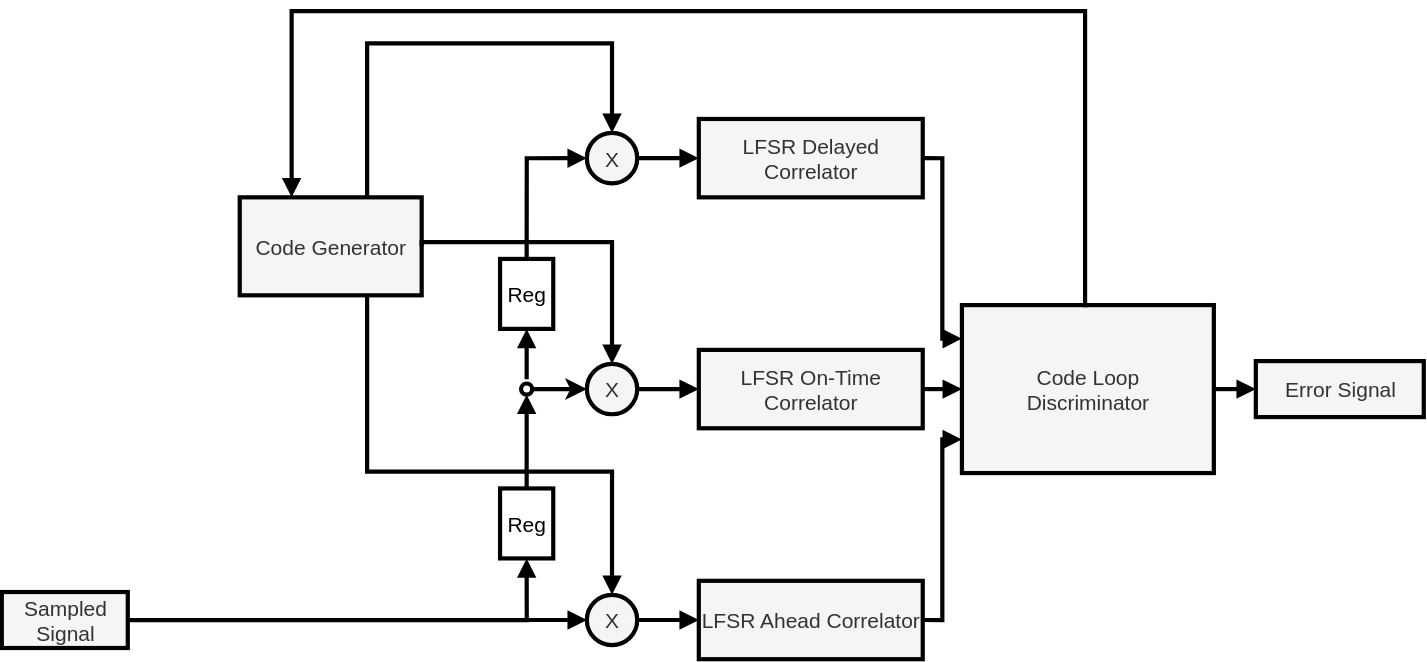
The draw.io diagram documentation/drawio/DLL.svg in fredowski/spreads, before a commit. Source tidied: cells renumbered, new cells last; positions are measured from the earlier drawing's top-left corner, leaving out a move shared by most shapes.
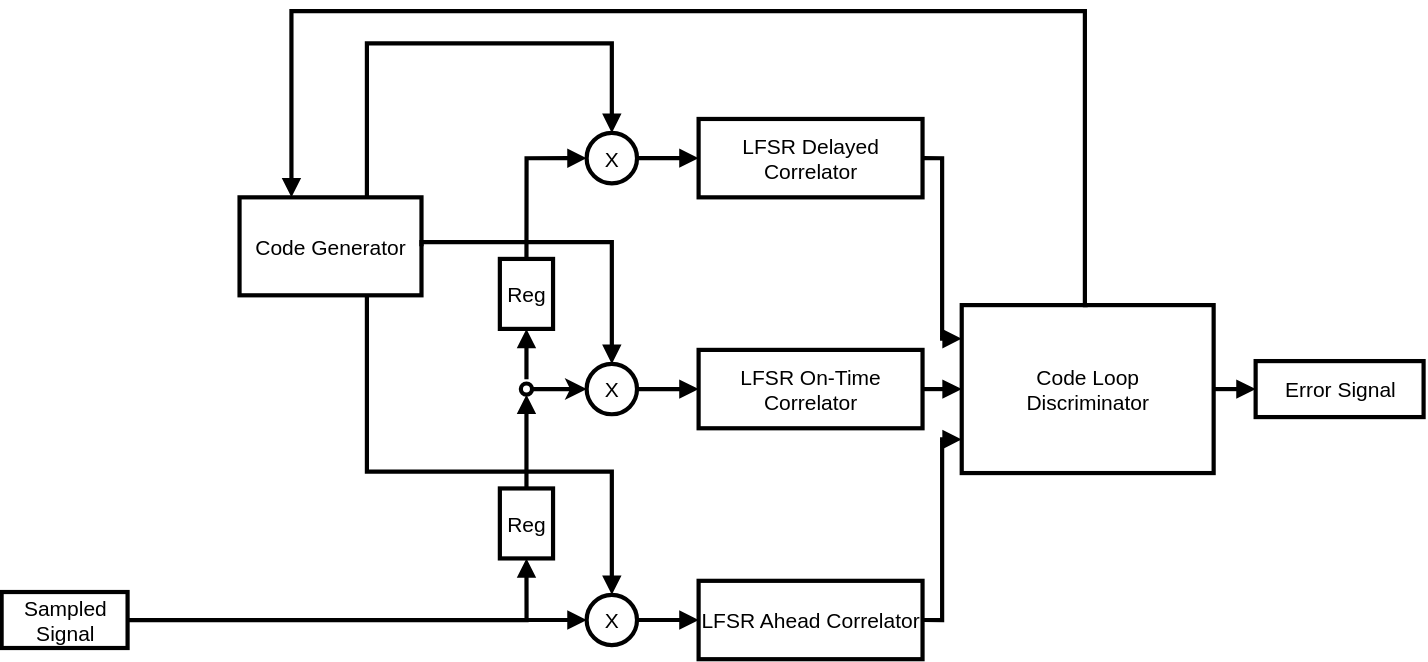
The same diagram one commit later.

Commit message:
Update DLL svg with correct colors

Diff of the diagram source:
```diff
@@ -2,91 +2,91 @@
   <root>
     <mxCell id="0" />
     <mxCell id="1" parent="0" />
-    <mxCell id="2" value="Sampled&#10;Signal" style="text;html=1;fontSize=15;align=center;verticalAlign=middle;fontColor=#333333;fillColor=#f5f5f5;strokeColor=light-dark(#000000,#000000);strokeWidth=3;" parent="1" vertex="1">
+    <mxCell id="2" value="Sampled&#10;Signal" style="text;html=1;fontSize=15;align=center;verticalAlign=middle;strokeWidth=3;fillColor=none;strokeColor=default;" parent="1" vertex="1">
       <mxGeometry y="415" width="90" height="40" as="geometry" />
     </mxCell>
-    <mxCell id="3" style="edgeStyle=orthogonalEdgeStyle;rounded=0;html=1;endArrow=block;endFill=1;strokeColor=light-dark(#000000,#000000);fillColor=#f5f5f5;strokeWidth=3;fontSize=15;entryX=0.5;entryY=1;entryDx=0;entryDy=0;" parent="1" edge="1" source="2" target="27">
+    <mxCell id="3" style="edgeStyle=orthogonalEdgeStyle;rounded=0;html=1;endArrow=block;endFill=1;strokeWidth=3;fontSize=15;entryX=0.5;entryY=1;entryDx=0;entryDy=0;" parent="1" edge="1" source="2" target="27">
       <mxGeometry relative="1" as="geometry" />
     </mxCell>
-    <mxCell id="4" style="edgeStyle=orthogonalEdgeStyle;rounded=0;jettySize=auto;html=1;entryX=0;entryY=0.5;entryDx=0;entryDy=0;strokeWidth=3;fontSize=15;strokeColor=light-dark(#000000,#000000);" parent="1" edge="1" source="5" target="8">
+    <mxCell id="4" style="edgeStyle=orthogonalEdgeStyle;rounded=0;jettySize=auto;html=1;entryX=0;entryY=0.5;entryDx=0;entryDy=0;strokeWidth=3;fontSize=15;" parent="1" edge="1" source="5" target="8">
       <mxGeometry relative="1" as="geometry" />
     </mxCell>
-    <mxCell id="5" style="ellipse;whiteSpace=wrap;html=1;fillColor=light-dark(#FFFFFF,#030303);strokeColor=light-dark(#000000,#000000);fontColor=#333333;fillStyle=auto;strokeWidth=3;fontSize=15;" parent="1" vertex="1">
+    <mxCell id="5" style="ellipse;whiteSpace=wrap;html=1;fillStyle=auto;strokeWidth=3;fontSize=15;" parent="1" vertex="1">
       <mxGeometry x="371" y="266" width="8" height="8" as="geometry" />
     </mxCell>
-    <mxCell id="6" value="Code Generator" style="rounded=0;whiteSpace=wrap;html=1;fillColor=#f5f5f5;strokeColor=light-dark(#000000,#000000);fontColor=#333333;fontSize=15;strokeWidth=3;" parent="1" vertex="1">
+    <mxCell id="6" value="Code Generator" style="rounded=0;whiteSpace=wrap;html=1;fontSize=15;strokeWidth=3;" parent="1" vertex="1">
       <mxGeometry x="170" y="133" width="130" height="70" as="geometry" />
     </mxCell>
-    <mxCell id="7" value="X" style="ellipse;whiteSpace=wrap;html=1;fillColor=#f5f5f5;strokeColor=light-dark(#000000,#000000);fontColor=#333333;fontSize=15;strokeWidth=3;" parent="1" vertex="1">
+    <mxCell id="7" value="X" style="ellipse;whiteSpace=wrap;html=1;fontSize=15;strokeWidth=3;" parent="1" vertex="1">
       <mxGeometry x="418" y="87" width="36" height="36" as="geometry" />
     </mxCell>
-    <mxCell id="8" value="X" style="ellipse;whiteSpace=wrap;html=1;fillColor=#f5f5f5;strokeColor=light-dark(#000000,#000000);fontColor=#333333;fontSize=15;strokeWidth=3;" parent="1" vertex="1">
+    <mxCell id="8" value="X" style="ellipse;whiteSpace=wrap;html=1;fontSize=15;strokeWidth=3;" parent="1" vertex="1">
       <mxGeometry x="418" y="252" width="36" height="36" as="geometry" />
     </mxCell>
-    <mxCell id="9" value="X" style="ellipse;whiteSpace=wrap;html=1;fillColor=#f5f5f5;strokeColor=light-dark(#000000,#000000);fontColor=#333333;fontSize=15;strokeWidth=3;" parent="1" vertex="1">
+    <mxCell id="9" value="X" style="ellipse;whiteSpace=wrap;html=1;fontSize=15;strokeWidth=3;" parent="1" vertex="1">
       <mxGeometry x="418" y="417" width="36" height="36" as="geometry" />
     </mxCell>
-    <mxCell id="10" style="edgeStyle=elbowEdgeStyle;rounded=0;html=1;endArrow=block;endFill=1;strokeColor=light-dark(#000000,#000000);exitX=0.7;exitY=0;exitDx=0;exitDy=0;entryX=0.5;entryY=0;entryDx=0;entryDy=0;fillColor=#f5f5f5;elbow=vertical;strokeWidth=3;fontSize=15;" parent="1" edge="1" source="6" target="7">
+    <mxCell id="10" style="edgeStyle=elbowEdgeStyle;rounded=0;html=1;endArrow=block;endFill=1;exitX=0.7;exitY=0;exitDx=0;exitDy=0;entryX=0.5;entryY=0;entryDx=0;entryDy=0;elbow=vertical;strokeWidth=3;fontSize=15;" parent="1" edge="1" source="6" target="7">
       <mxGeometry relative="1" as="geometry">
         <Array as="points">
           <mxPoint x="328" y="23" />
         </Array>
       </mxGeometry>
     </mxCell>
-    <mxCell id="11" style="edgeStyle=elbowEdgeStyle;rounded=0;html=1;endArrow=block;endFill=1;strokeColor=light-dark(#000000,#000000);exitX=1;exitY=0.5;exitDx=0;exitDy=0;entryX=0.5;entryY=0;entryDx=0;entryDy=0;fillColor=#f5f5f5;elbow=vertical;strokeWidth=3;fontSize=15;" parent="1" edge="1" source="6" target="8">
+    <mxCell id="11" style="edgeStyle=elbowEdgeStyle;rounded=0;html=1;endArrow=block;endFill=1;exitX=1;exitY=0.5;exitDx=0;exitDy=0;entryX=0.5;entryY=0;entryDx=0;entryDy=0;elbow=vertical;strokeWidth=3;fontSize=15;" parent="1" edge="1" source="6" target="8">
       <mxGeometry relative="1" as="geometry">
         <Array as="points">
           <mxPoint x="338" y="165" />
         </Array>
       </mxGeometry>
     </mxCell>
-    <mxCell id="12" style="edgeStyle=elbowEdgeStyle;rounded=0;html=1;endArrow=block;endFill=1;strokeColor=light-dark(#000000,#000000);exitX=0.7;exitY=1;exitDx=0;exitDy=0;entryX=0.5;entryY=0;entryDx=0;entryDy=0;fillColor=#f5f5f5;elbow=vertical;strokeWidth=3;fontSize=15;" parent="1" edge="1" source="6" target="9">
+    <mxCell id="12" style="edgeStyle=elbowEdgeStyle;rounded=0;html=1;endArrow=block;endFill=1;exitX=0.7;exitY=1;exitDx=0;exitDy=0;entryX=0.5;entryY=0;entryDx=0;entryDy=0;elbow=vertical;strokeWidth=3;fontSize=15;" parent="1" edge="1" source="6" target="9">
       <mxGeometry relative="1" as="geometry">
         <Array as="points">
           <mxPoint x="320" y="329" />
         </Array>
       </mxGeometry>
     </mxCell>
-    <mxCell id="13" style="edgeStyle=orthogonalEdgeStyle;rounded=0;html=1;endArrow=block;endFill=1;strokeColor=light-dark(#000000,#000000);entryX=0;entryY=0.5;entryDx=0;entryDy=0;fillColor=#f5f5f5;strokeWidth=3;fontSize=15;exitX=1;exitY=0.5;exitDx=0;exitDy=0;" parent="1" edge="1" source="2" target="9">
+    <mxCell id="13" style="edgeStyle=orthogonalEdgeStyle;rounded=0;html=1;endArrow=block;endFill=1;entryX=0;entryY=0.5;entryDx=0;entryDy=0;strokeWidth=3;fontSize=15;exitX=1;exitY=0.5;exitDx=0;exitDy=0;" parent="1" edge="1" source="2" target="9">
       <mxGeometry relative="1" as="geometry" />
     </mxCell>
-    <mxCell id="14" value="LFSR Delayed Correlator" style="rounded=0;whiteSpace=wrap;html=1;fillColor=#f5f5f5;strokeColor=light-dark(#000000,#000000);fontColor=#333333;fontSize=15;strokeWidth=3;" parent="1" vertex="1">
+    <mxCell id="14" value="LFSR Delayed Correlator" style="rounded=0;whiteSpace=wrap;html=1;fontSize=15;strokeWidth=3;" parent="1" vertex="1">
       <mxGeometry x="498" y="77" width="160" height="56" as="geometry" />
     </mxCell>
-    <mxCell id="15" value="LFSR On-Time Correlator" style="rounded=0;whiteSpace=wrap;html=1;fillColor=#f5f5f5;strokeColor=light-dark(#000000,#000000);fontColor=#333333;fontSize=15;strokeWidth=3;" parent="1" vertex="1">
+    <mxCell id="15" value="LFSR On-Time Correlator" style="rounded=0;whiteSpace=wrap;html=1;fontSize=15;strokeWidth=3;" parent="1" vertex="1">
       <mxGeometry x="498" y="242" width="160" height="56" as="geometry" />
     </mxCell>
-    <mxCell id="16" value="LFSR Ahead Correlator" style="rounded=0;whiteSpace=wrap;html=1;fillColor=#f5f5f5;strokeColor=light-dark(#000000,#000000);fontColor=#333333;fontSize=15;strokeWidth=3;" parent="1" vertex="1">
+    <mxCell id="16" value="LFSR Ahead Correlator" style="rounded=0;whiteSpace=wrap;html=1;fontSize=15;strokeWidth=3;" parent="1" vertex="1">
       <mxGeometry x="498" y="407" width="160" height="56" as="geometry" />
     </mxCell>
-    <mxCell id="17" style="edgeStyle=orthogonalEdgeStyle;rounded=0;html=1;endArrow=block;endFill=1;strokeColor=light-dark(#000000,#000000);fillColor=#f5f5f5;strokeWidth=3;fontSize=15;" parent="1" edge="1" source="7" target="14">
+    <mxCell id="17" style="edgeStyle=orthogonalEdgeStyle;rounded=0;html=1;endArrow=block;endFill=1;strokeWidth=3;fontSize=15;" parent="1" edge="1" source="7" target="14">
       <mxGeometry relative="1" as="geometry" />
     </mxCell>
-    <mxCell id="18" style="edgeStyle=orthogonalEdgeStyle;rounded=0;html=1;endArrow=block;endFill=1;strokeColor=light-dark(#000000,#000000);fillColor=#f5f5f5;strokeWidth=3;fontSize=15;" parent="1" edge="1" source="8" target="15">
+    <mxCell id="18" style="edgeStyle=orthogonalEdgeStyle;rounded=0;html=1;endArrow=block;endFill=1;strokeWidth=3;fontSize=15;" parent="1" edge="1" source="8" target="15">
       <mxGeometry relative="1" as="geometry" />
     </mxCell>
-    <mxCell id="19" style="edgeStyle=orthogonalEdgeStyle;rounded=0;html=1;endArrow=block;endFill=1;strokeColor=light-dark(#000000,#000000);fillColor=#f5f5f5;strokeWidth=3;fontSize=15;" parent="1" edge="1" source="9" target="16">
+    <mxCell id="19" style="edgeStyle=orthogonalEdgeStyle;rounded=0;html=1;endArrow=block;endFill=1;strokeWidth=3;fontSize=15;" parent="1" edge="1" source="9" target="16">
       <mxGeometry relative="1" as="geometry" />
     </mxCell>
-    <mxCell id="20" value="Code Loop&#10;Discriminator" style="rounded=0;whiteSpace=wrap;html=1;fillColor=#f5f5f5;strokeColor=light-dark(#000000,#000000);fontColor=#333333;fontSize=15;strokeWidth=3;" parent="1" vertex="1">
+    <mxCell id="20" value="Code Loop&#10;Discriminator" style="rounded=0;whiteSpace=wrap;html=1;fontSize=15;strokeWidth=3;" parent="1" vertex="1">
       <mxGeometry x="686" y="210" width="180" height="120" as="geometry" />
     </mxCell>
-    <mxCell id="21" style="edgeStyle=orthogonalEdgeStyle;rounded=0;html=1;endArrow=block;endFill=1;strokeColor=light-dark(#000000,#000000);exitX=1;exitY=0.5;exitDx=0;exitDy=0;entryX=0;entryY=0.2;entryDx=0;entryDy=0;fillColor=#f5f5f5;strokeWidth=3;fontSize=15;" parent="1" edge="1" source="14" target="20">
+    <mxCell id="21" style="edgeStyle=orthogonalEdgeStyle;rounded=0;html=1;endArrow=block;endFill=1;exitX=1;exitY=0.5;exitDx=0;exitDy=0;entryX=0;entryY=0.2;entryDx=0;entryDy=0;strokeWidth=3;fontSize=15;" parent="1" edge="1" source="14" target="20">
       <mxGeometry relative="1" as="geometry" />
     </mxCell>
-    <mxCell id="22" style="edgeStyle=orthogonalEdgeStyle;rounded=0;html=1;endArrow=block;endFill=1;strokeColor=light-dark(#000000,#000000);exitX=1;exitY=0.5;exitDx=0;exitDy=0;entryX=0;entryY=0.5;entryDx=0;entryDy=0;fillColor=#f5f5f5;strokeWidth=3;fontSize=15;" parent="1" edge="1" source="15" target="20">
+    <mxCell id="22" style="edgeStyle=orthogonalEdgeStyle;rounded=0;html=1;endArrow=block;endFill=1;exitX=1;exitY=0.5;exitDx=0;exitDy=0;entryX=0;entryY=0.5;entryDx=0;entryDy=0;strokeWidth=3;fontSize=15;" parent="1" edge="1" source="15" target="20">
       <mxGeometry relative="1" as="geometry" />
     </mxCell>
-    <mxCell id="23" style="edgeStyle=orthogonalEdgeStyle;rounded=0;html=1;endArrow=block;endFill=1;strokeColor=light-dark(#000000,#000000);exitX=1;exitY=0.5;exitDx=0;exitDy=0;entryX=0;entryY=0.8;entryDx=0;entryDy=0;fillColor=#f5f5f5;strokeWidth=3;fontSize=15;" parent="1" edge="1" source="16" target="20">
+    <mxCell id="23" style="edgeStyle=orthogonalEdgeStyle;rounded=0;html=1;endArrow=block;endFill=1;exitX=1;exitY=0.5;exitDx=0;exitDy=0;entryX=0;entryY=0.8;entryDx=0;entryDy=0;strokeWidth=3;fontSize=15;" parent="1" edge="1" source="16" target="20">
       <mxGeometry relative="1" as="geometry" />
     </mxCell>
-    <mxCell id="24" value="Error Signal" style="text;html=1;fontSize=15;align=center;verticalAlign=middle;fontColor=#333333;fillColor=#f5f5f5;strokeColor=light-dark(#000000,#000000);strokeWidth=3;" parent="1" vertex="1">
+    <mxCell id="24" value="Error Signal" style="text;html=1;fontSize=15;align=center;verticalAlign=middle;strokeWidth=3;strokeColor=default;" parent="1" vertex="1">
       <mxGeometry x="896" y="250" width="120" height="40" as="geometry" />
     </mxCell>
-    <mxCell id="25" style="edgeStyle=orthogonalEdgeStyle;rounded=0;html=1;endArrow=block;endFill=1;strokeColor=light-dark(#000000,#000000);fillColor=#f5f5f5;strokeWidth=3;fontSize=15;" parent="1" edge="1" source="20" target="24">
+    <mxCell id="25" style="edgeStyle=orthogonalEdgeStyle;rounded=0;html=1;endArrow=block;endFill=1;strokeWidth=3;fontSize=15;" parent="1" edge="1" source="20" target="24">
       <mxGeometry relative="1" as="geometry" />
     </mxCell>
-    <mxCell id="26" style="edgeStyle=orthogonalEdgeStyle;rounded=0;html=1;endArrow=block;endFill=1;strokeColor=light-dark(#000000,#000000);exitX=0.5;exitY=0;exitDx=0;exitDy=0;fillColor=#f5f5f5;strokeWidth=3;fontSize=15;" parent="1" edge="1" source="20" target="6">
+    <mxCell id="26" style="edgeStyle=orthogonalEdgeStyle;rounded=0;html=1;endArrow=block;endFill=1;exitX=0.5;exitY=0;exitDx=0;exitDy=0;strokeWidth=3;fontSize=15;" parent="1" edge="1" source="20" target="6">
       <mxGeometry relative="1" as="geometry">
         <Array as="points">
           <mxPoint x="774" y="210" />
@@ -98,18 +98,18 @@
     <mxCell id="27" value="&lt;font style=&quot;font-size: 15px;&quot;&gt;Reg&lt;/font&gt;" style="rounded=0;whiteSpace=wrap;html=1;strokeWidth=3;" parent="1" vertex="1">
       <mxGeometry x="356" y="341" width="38" height="50" as="geometry" />
     </mxCell>
-    <mxCell id="28" style="edgeStyle=orthogonalEdgeStyle;rounded=0;html=1;endArrow=block;endFill=1;strokeColor=light-dark(#000000,#000000);fillColor=#f5f5f5;strokeWidth=3;fontSize=15;entryX=0.5;entryY=1;entryDx=0;entryDy=0;exitX=0.5;exitY=0;exitDx=0;exitDy=0;" parent="1" edge="1" source="27" target="5">
+    <mxCell id="28" style="edgeStyle=orthogonalEdgeStyle;rounded=0;html=1;endArrow=block;endFill=1;strokeWidth=3;fontSize=15;entryX=0.5;entryY=1;entryDx=0;entryDy=0;exitX=0.5;exitY=0;exitDx=0;exitDy=0;" parent="1" edge="1" source="27" target="5">
       <mxGeometry relative="1" as="geometry" />
     </mxCell>
     <mxCell id="29" value="&lt;font style=&quot;font-size: 15px;&quot;&gt;Reg&lt;/font&gt;" style="rounded=0;whiteSpace=wrap;html=1;strokeWidth=3;" parent="1" vertex="1">
       <mxGeometry x="356" y="177" width="38" height="50" as="geometry" />
     </mxCell>
-    <mxCell id="30" style="edgeStyle=orthogonalEdgeStyle;rounded=0;html=1;endArrow=block;endFill=1;strokeColor=light-dark(#000000,#000000);fillColor=#f5f5f5;strokeWidth=3;fontSize=15;entryX=0.5;entryY=1;entryDx=0;entryDy=0;" parent="1" edge="1" target="29">
+    <mxCell id="30" style="edgeStyle=orthogonalEdgeStyle;rounded=0;html=1;endArrow=block;endFill=1;strokeWidth=3;fontSize=15;entryX=0.5;entryY=1;entryDx=0;entryDy=0;" parent="1" edge="1" target="29">
       <mxGeometry relative="1" as="geometry">
         <mxPoint x="375" y="263" as="sourcePoint" />
       </mxGeometry>
     </mxCell>
-    <mxCell id="31" style="edgeStyle=orthogonalEdgeStyle;rounded=0;html=1;endArrow=block;endFill=1;strokeColor=light-dark(#000000,#000000);fillColor=#f5f5f5;strokeWidth=3;fontSize=15;entryX=0;entryY=0.5;entryDx=0;entryDy=0;exitX=0.5;exitY=0;exitDx=0;exitDy=0;" parent="1" edge="1" target="7">
+    <mxCell id="31" style="edgeStyle=orthogonalEdgeStyle;rounded=0;html=1;endArrow=block;endFill=1;strokeWidth=3;fontSize=15;entryX=0;entryY=0.5;entryDx=0;entryDy=0;exitX=0.5;exitY=0;exitDx=0;exitDy=0;" parent="1" edge="1" target="7">
       <mxGeometry relative="1" as="geometry">
         <mxPoint x="375" y="178" as="sourcePoint" />
         <Array as="points">
```
